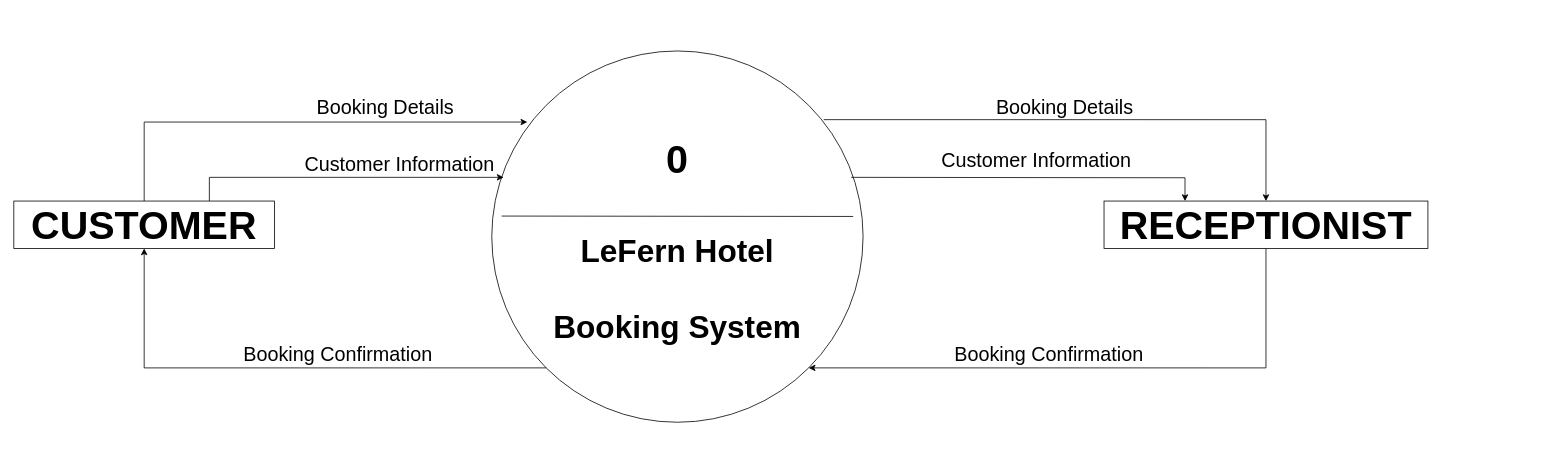
Before: CC13/ContextDiagram.drawio in doyaoencab/draw.io, a draw.io diagram. Source tidied: cells renumbered, new cells numbered last; positions are measured from the earlier drawing's top-left corner, leaving out a move shared by most shapes. Both pictures are drawn from the tidied source at 79%, with x=0, y=0 at pixel (13, 13).
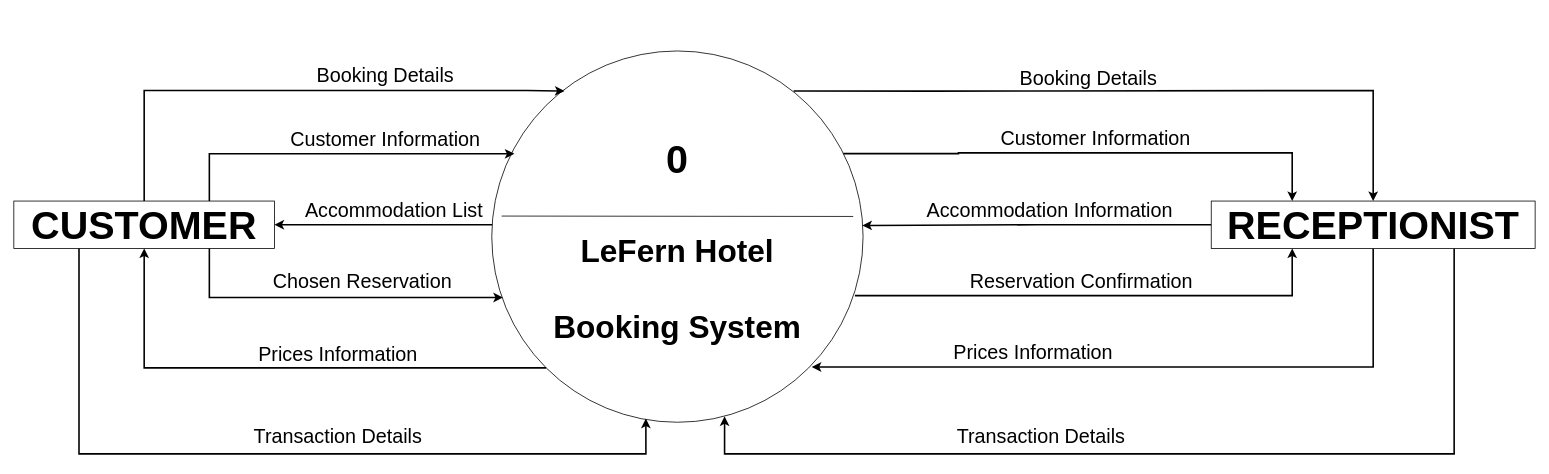
The same diagram, later.

Unchanged cells that the change refers to:
```xml
<mxCell id="5" style="ellipse;whiteSpace=wrap;html=1;" parent="4" vertex="1">
  <mxGeometry width="470" height="470" as="geometry" />
</mxCell>
<mxCell id="12" value="&lt;b&gt;&lt;font style=&quot;font-size: 50px;&quot;&gt;CUSTOMER&lt;/font&gt;&lt;/b&gt;" style="rounded=0;whiteSpace=wrap;html=1;" parent="1" vertex="1">
  <mxGeometry y="237" width="330" height="60" as="geometry" />
</mxCell>
```

The edit, as a diff of the source:
```diff
@@
-    <mxCell id="9" style="edgeStyle=orthogonalEdgeStyle;rounded=0;jettySize=auto;html=1;exitX=0.75;exitY=0;exitDx=0;exitDy=0;" parent="1" edge="1" source="12">
+    <mxCell id="9" style="edgeStyle=orthogonalEdgeStyle;rounded=0;jettySize=auto;html=1;exitX=0.75;exitY=0;exitDx=0;exitDy=0;strokeWidth=2;entryX=0.061;entryY=0.277;entryDx=0;entryDy=0;entryPerimeter=0;" parent="1" edge="1" source="12" target="5">
       <mxGeometry relative="1" as="geometry">
-        <mxPoint x="620" y="207" as="targetPoint" />
         <Array as="points">
-          <mxPoint x="248" y="207" />
+          <mxPoint x="248" y="177" />
         </Array>
       </mxGeometry>
     </mxCell>
     <mxCell id="10" value="&lt;font style=&quot;font-size: 25px;&quot;&gt;Customer Information&lt;/font&gt;" style="edgeLabel;html=1;align=center;verticalAlign=middle;" parent="9" vertex="1">
       <mxGeometry x="0.44" y="-4" relative="1" as="geometry">
-        <mxPoint x="-20" y="-23" as="offset" />
+        <mxPoint x="-39" y="-24" as="offset" />
       </mxGeometry>
     </mxCell>
-    <mxCell id="11" style="edgeStyle=orthogonalEdgeStyle;rounded=0;jettySize=auto;html=1;exitX=0.5;exitY=0;exitDx=0;exitDy=0;" parent="1" edge="1" source="12">
+    <mxCell id="11" style="edgeStyle=orthogonalEdgeStyle;rounded=0;jettySize=auto;html=1;exitX=0.5;exitY=0;exitDx=0;exitDy=0;strokeWidth=2;entryX=0.196;entryY=0.108;entryDx=0;entryDy=0;entryPerimeter=0;" parent="1" edge="1" source="12" target="5">
       <mxGeometry relative="1" as="geometry">
-        <mxPoint x="650" y="137" as="targetPoint" />
         <Array as="points">
-          <mxPoint x="165" y="137" />
+          <mxPoint x="165" y="97" />
+          <mxPoint x="650" y="97" />
         </Array>
       </mxGeometry>
     </mxCell>
@@
-    <mxCell id="13" style="edgeStyle=orthogonalEdgeStyle;rounded=0;jettySize=auto;html=1;exitX=0.5;exitY=1;exitDx=0;exitDy=0;entryX=1;entryY=1;entryDx=0;entryDy=0;" parent="1" edge="1" source="14" target="5">
-      <mxGeometry relative="1" as="geometry" />
+    <mxCell id="13" style="edgeStyle=orthogonalEdgeStyle;rounded=0;jettySize=auto;html=1;exitX=0.5;exitY=1;exitDx=0;exitDy=0;strokeWidth=2;" parent="1" edge="1" source="14">
+      <mxGeometry relative="1" as="geometry">
+        <mxPoint x="1010" y="447" as="targetPoint" />
+        <Array as="points">
+          <mxPoint x="1721" y="447" />
+          <mxPoint x="1056" y="447" />
+        </Array>
+      </mxGeometry>
     </mxCell>
+    <mxCell id="23" style="edgeStyle=orthogonalEdgeStyle;rounded=0;jettySize=auto;html=1;exitX=0.75;exitY=1;exitDx=0;exitDy=0;entryX=0.627;entryY=0.984;entryDx=0;entryDy=0;entryPerimeter=0;strokeWidth=2;" parent="1" edge="1" source="14" target="5">
+      <mxGeometry relative="1" as="geometry">
+        <Array as="points">
+          <mxPoint x="1823" y="557" />
+          <mxPoint x="900" y="557" />
+        </Array>
+      </mxGeometry>
+    </mxCell>
     <mxCell id="14" value="&lt;b&gt;&lt;font style=&quot;font-size: 50px;&quot;&gt;RECEPTIONIST&lt;/font&gt;&lt;/b&gt;" style="rounded=0;whiteSpace=wrap;html=1;" parent="1" vertex="1">
-      <mxGeometry x="1380" y="237" width="410" height="60" as="geometry" />
+      <mxGeometry x="1515.7" y="237" width="410" height="60" as="geometry" />
     </mxCell>
     <mxCell id="15" value="&lt;font style=&quot;font-size: 25px;&quot;&gt;Booking Details&lt;/font&gt;" style="text;html=1;align=center;verticalAlign=middle;strokeColor=none;fillColor=none;" parent="1" vertex="1">
-      <mxGeometry x="370" y="97" width="200" height="40" as="geometry" />
+      <mxGeometry x="370" y="57" width="200" height="40" as="geometry" />
     </mxCell>
-    <mxCell id="16" style="edgeStyle=orthogonalEdgeStyle;rounded=0;jettySize=auto;html=1;exitX=0.894;exitY=0.185;exitDx=0;exitDy=0;entryX=0.5;entryY=0;entryDx=0;entryDy=0;exitPerimeter=0;" parent="1" edge="1" source="5" target="14">
+    <mxCell id="16" style="edgeStyle=orthogonalEdgeStyle;rounded=0;jettySize=auto;html=1;exitX=0.813;exitY=0.108;exitDx=0;exitDy=0;entryX=0.5;entryY=0;entryDx=0;entryDy=0;exitPerimeter=0;strokeWidth=2;" parent="1" edge="1" source="5" target="14">
       <mxGeometry relative="1" as="geometry">
         <Array as="points">
-          <mxPoint x="1585" y="134" />
+          <mxPoint x="1161" y="98" />
+          <mxPoint x="1721" y="97" />
         </Array>
       </mxGeometry>
     </mxCell>
@@
-    <mxCell id="18" style="edgeStyle=orthogonalEdgeStyle;rounded=0;jettySize=auto;html=1;entryX=0.25;entryY=0;entryDx=0;entryDy=0;" parent="1" edge="1" target="14">
+    <mxCell id="18" style="edgeStyle=orthogonalEdgeStyle;rounded=0;jettySize=auto;html=1;entryX=0.25;entryY=0;entryDx=0;entryDy=0;strokeWidth=2;" parent="1" edge="1" target="14">
       <mxGeometry relative="1" as="geometry">
-        <mxPoint x="1060" y="207" as="sourcePoint" />
+        <mxPoint x="1050" y="177" as="sourcePoint" />
+        <Array as="points">
+          <mxPoint x="1195.7" y="176" />
+          <mxPoint x="1617.7" y="177" />
+        </Array>
       </mxGeometry>
     </mxCell>
     <mxCell id="19" value="&lt;font style=&quot;font-size: 25px;&quot;&gt;Customer Information&lt;/font&gt;" style="edgeLabel;html=1;align=center;verticalAlign=middle;" parent="18" vertex="1">
       <mxGeometry x="-0.18" y="3" relative="1" as="geometry">
-        <mxPoint x="48" y="-20" as="offset" />
+        <mxPoint x="61" y="-17" as="offset" />
       </mxGeometry>
     </mxCell>
-    <mxCell id="20" value="&lt;font style=&quot;font-size: 25px;&quot;&gt;Booking Confirmation&lt;/font&gt;" style="text;html=1;align=center;verticalAlign=middle;strokeColor=none;fillColor=none;" parent="1" vertex="1">
-      <mxGeometry x="1180" y="410" width="260" height="40" as="geometry" />
+    <mxCell id="20" value="&lt;font style=&quot;font-size: 25px;&quot;&gt;Prices Information&lt;/font&gt;" style="text;html=1;align=center;verticalAlign=middle;strokeColor=none;fillColor=none;" parent="1" vertex="1">
+      <mxGeometry x="1180" y="407" width="220" height="40" as="geometry" />
     </mxCell>
-    <mxCell id="21" style="edgeStyle=orthogonalEdgeStyle;rounded=0;jettySize=auto;html=1;exitX=0;exitY=1;exitDx=0;exitDy=0;entryX=0.5;entryY=1;entryDx=0;entryDy=0;" parent="1" edge="1" source="5" target="12">
+    <mxCell id="21" style="edgeStyle=orthogonalEdgeStyle;rounded=0;jettySize=auto;html=1;exitX=0;exitY=1;exitDx=0;exitDy=0;entryX=0.5;entryY=1;entryDx=0;entryDy=0;strokeWidth=2;" parent="1" edge="1" source="5" target="12">
       <mxGeometry relative="1" as="geometry" />
     </mxCell>
-    <mxCell id="22" value="&lt;font style=&quot;font-size: 25px;&quot;&gt;Booking Confirmation&lt;/font&gt;" style="text;html=1;align=center;verticalAlign=middle;strokeColor=none;fillColor=none;" parent="1" vertex="1">
-      <mxGeometry x="280" y="410" width="260" height="40" as="geometry" />
+    <mxCell id="22" value="&lt;span style=&quot;font-size: 25px;&quot;&gt;Prices Information&lt;/span&gt;" style="text;html=1;align=center;verticalAlign=middle;strokeColor=none;fillColor=none;" parent="1" vertex="1">
+      <mxGeometry x="300" y="410" width="220" height="40" as="geometry" />
     </mxCell>
+    <mxCell id="24" style="edgeStyle=orthogonalEdgeStyle;rounded=0;jettySize=auto;html=1;entryX=0.998;entryY=0.47;entryDx=0;entryDy=0;entryPerimeter=0;strokeWidth=2;" parent="1" edge="1" source="14" target="5">
+      <mxGeometry relative="1" as="geometry" />
+    </mxCell>
+    <mxCell id="25" style="edgeStyle=orthogonalEdgeStyle;rounded=0;jettySize=auto;html=1;entryX=1;entryY=0.5;entryDx=0;entryDy=0;strokeWidth=2;" parent="1" edge="1" source="5" target="12">
+      <mxGeometry relative="1" as="geometry">
+        <Array as="points">
+          <mxPoint x="530" y="267" />
+          <mxPoint x="530" y="267" />
+        </Array>
+      </mxGeometry>
+    </mxCell>
+    <mxCell id="26" value="&lt;font style=&quot;font-size: 25px;&quot;&gt;Accommodation Information&lt;/font&gt;" style="edgeLabel;html=1;align=center;verticalAlign=middle;" parent="1" vertex="1">
+      <mxGeometry x="1310" y="247" as="geometry" />
+    </mxCell>
+    <mxCell id="27" value="&lt;font style=&quot;font-size: 25px;&quot;&gt;Accommodation List&lt;/font&gt;" style="edgeLabel;html=1;align=center;verticalAlign=middle;" parent="1" vertex="1">
+      <mxGeometry x="480" y="247" as="geometry" />
+    </mxCell>
+    <mxCell id="28" style="edgeStyle=orthogonalEdgeStyle;rounded=0;jettySize=auto;html=1;exitX=0.75;exitY=1;exitDx=0;exitDy=0;entryX=0.03;entryY=0.664;entryDx=0;entryDy=0;entryPerimeter=0;strokeWidth=2;" parent="1" edge="1" source="12" target="5">
+      <mxGeometry relative="1" as="geometry" />
+    </mxCell>
+    <mxCell id="29" value="&lt;span style=&quot;font-size: 25px;&quot;&gt;Chosen Reservation&lt;/span&gt;" style="edgeLabel;html=1;align=center;verticalAlign=middle;" parent="1" vertex="1">
+      <mxGeometry x="440" y="337" as="geometry" />
+    </mxCell>
+    <mxCell id="30" style="edgeStyle=orthogonalEdgeStyle;rounded=0;jettySize=auto;html=1;exitX=0.978;exitY=0.659;exitDx=0;exitDy=0;entryX=0.25;entryY=1;entryDx=0;entryDy=0;exitPerimeter=0;strokeWidth=2;" parent="1" edge="1" source="5" target="14">
+      <mxGeometry relative="1" as="geometry">
+        <Array as="points">
+          <mxPoint x="1618" y="357" />
+        </Array>
+      </mxGeometry>
+    </mxCell>
+    <mxCell id="31" value="&lt;span style=&quot;font-size: 25px;&quot;&gt;Reservation Confirmation&lt;/span&gt;" style="edgeLabel;html=1;align=center;verticalAlign=middle;" parent="1" vertex="1">
+      <mxGeometry x="1350" y="337" as="geometry" />
+    </mxCell>
+    <mxCell id="32" style="edgeStyle=orthogonalEdgeStyle;rounded=0;jettySize=auto;html=1;exitX=0.25;exitY=1;exitDx=0;exitDy=0;entryX=0.415;entryY=0.99;entryDx=0;entryDy=0;entryPerimeter=0;strokeWidth=2;" parent="1" edge="1" source="12" target="5">
+      <mxGeometry relative="1" as="geometry">
+        <Array as="points">
+          <mxPoint x="83" y="557" />
+          <mxPoint x="800" y="557" />
+        </Array>
+      </mxGeometry>
+    </mxCell>
+    <mxCell id="33" value="&lt;font style=&quot;font-size: 25px;&quot;&gt;Transaction Details&lt;/font&gt;" style="text;html=1;align=center;verticalAlign=middle;strokeColor=none;fillColor=none;" parent="1" vertex="1">
+      <mxGeometry x="290" y="513.6" width="240" height="40" as="geometry" />
+    </mxCell>
+    <mxCell id="34" value="&lt;font style=&quot;font-size: 25px;&quot;&gt;Transaction Details&lt;/font&gt;" style="text;html=1;align=center;verticalAlign=middle;strokeColor=none;fillColor=none;" parent="1" vertex="1">
+      <mxGeometry x="1180" y="513.6" width="240" height="40" as="geometry" />
+    </mxCell>
```
